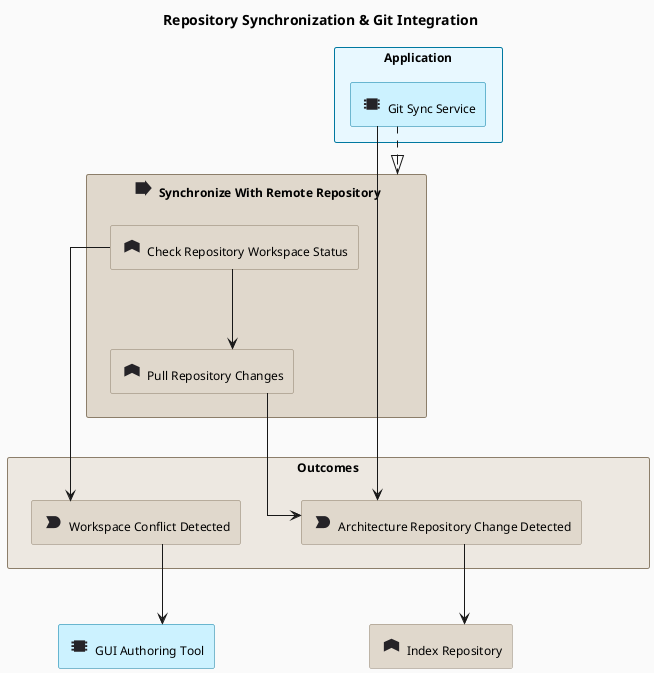
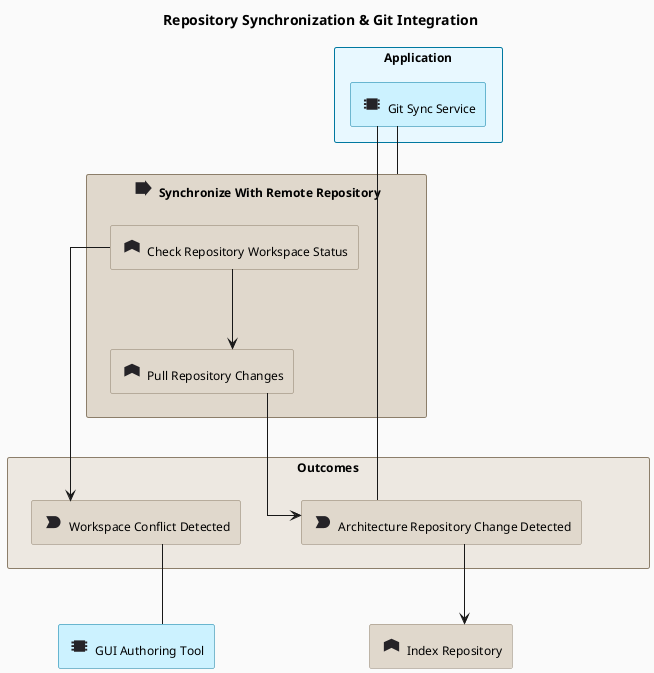
---
artifact-id: ARC@1777452513.IqjFWO.repository-synchronization-git-integration
artifact-type: diagram
name: Repository Synchronization & Git Integration
version: 0.1.0
status: draft
keywords:
- workflow
- git
- sync
- remote
- conflict
- filesystem-watch
diagram-type: archimate-application
entity-ids-used:
- APP@1776149382.lmO0mp.gui-authoring-tool
- APP@1777293134.tY3JIK.git-sync-service
- EVT@1777390507.UCrh3V.architecture-repository-change-detected
- EVT@1777409516.iqz9jG.workspace-conflict-detected
- FNC@1777409516.91ddSi.check-repository-workspace-status
- FNC@1777409516.DGBZ9H.pull-repository-changes
- FNC@1777390446.dxb6ru.index-repository
- PRC@1777409515.tEdRzw.synchronize-with-remote-repository
connection-ids-used:
- - APP@1777293134.tY3JIK.git-sync-service---PRC@1777409515.tEdRzw.synchronize-with-remote-repository@@archimate-realization
- - APP@1777293134.tY3JIK.git-sync-service---EVT@1777390507.UCrh3V.architecture-repository-change-detected@@archimate-triggering
+ - APP@1777293134.tY3JIK.git-sync-service---PRC@1777409515.tEdRzw.synchronize-with-remote-repository@@archimate-association
+ - APP@1777293134.tY3JIK.git-sync-service---EVT@1777390507.UCrh3V.architecture-repository-change-detected@@archimate-association
- FNC@1777409516.91ddSi.check-repository-workspace-status---FNC@1777409516.DGBZ9H.pull-repository-changes@@archimate-triggering
- FNC@1777409516.91ddSi.check-repository-workspace-status---EVT@1777409516.iqz9jG.workspace-conflict-detected@@archimate-triggering
- FNC@1777409516.DGBZ9H.pull-repository-changes---EVT@1777390507.UCrh3V.architecture-repository-change-detected@@archimate-triggering
- EVT@1777390507.UCrh3V.architecture-repository-change-detected---FNC@1777390446.dxb6ru.index-repository@@archimate-triggering
- - EVT@1777409516.iqz9jG.workspace-conflict-detected---APP@1776149382.lmO0mp.gui-authoring-tool@@archimate-triggering
+ - EVT@1777409516.iqz9jG.workspace-conflict-detected---APP@1776149382.lmO0mp.gui-authoring-tool@@archimate-association
last-updated: '2026-06-06'
---
@startuml ARC@1777452513.IqjFWO.repository-synchronization-git-integration
hide stereotype

skinparam defaultFontName "Helvetica Neue, Helvetica, Arial, sans-serif"
skinparam defaultFontSize 12
skinparam shadowing false
skinparam roundcorner 4
skinparam backgroundColor #FAFAFA

skinparam linetype ortho
skinparam nodesep 60
skinparam ranksep 80
!define Rel_Triggering(from, to, label) from --> to
!define Rel_Realization(from, to, label) from ..|> to
!define Rel_Realization_Up(from, to, label) from ..|> to
!define Rel_Serving(from, to, label) from --> to
!define Rel_Association(from, to, label) from -- to
!define Rel_Association_Left(from, to, label) from -- to
!define Rel_Association_Right(from, to, label) from -- to
!define Rel_Access(from, to, label) from ..> to
!define Rel_Influence(from, to, label) from ..> to
skinparam rectangle<<ApplicationGrouping>> {
  BackgroundColor #E8F8FF
  BorderColor #0078A0
}
skinparam rectangle<<CommonGrouping>> {
  BackgroundColor #EDE8E1
  BorderColor #8C7E6A
}
skinparam rectangle<<application_component>> {
  BackgroundColor #CCF2FF
  BorderColor #0078A0
}
skinparam rectangle<<event>> {
  BackgroundColor #E0D8CC
  BorderColor #8C7E6A
}
skinparam rectangle<<function>> {
  BackgroundColor #E0D8CC
  BorderColor #8C7E6A
}
skinparam rectangle<<process>> {
  BackgroundColor #E0D8CC
  BorderColor #8C7E6A
}
sprite $archimate_application_component <svg xmlns="http://www.w3.org/2000/svg" viewBox="0 0 16 16"><path d="M4 4.2h7.4v7.6H4z"  fill="#252327" stroke="none"/><path d="M2.30 4.95h1.70v1.30H2.30z" fill="#252327"/><path d="M2.30 7.35h1.70v1.30H2.30z" fill="#252327"/><path d="M2.30 9.75h1.70v1.30H2.30z" fill="#252327"/><path d="M11.40 4.95h1.40v1.30H11.40z" fill="#252327"/><path d="M11.40 7.35h1.40v1.30H11.40z" fill="#252327"/><path d="M11.40 9.75h1.40v1.30H11.40z" fill="#252327"/></svg>
sprite $archimate_event <svg xmlns="http://www.w3.org/2000/svg" viewBox="0 0 16 16"><path d="M3.1 4h5.6a3.8 3.8 0 0 1 0 8H3.1l2.1-4z"  fill="#252327" stroke="none"/></svg>
sprite $archimate_function <svg xmlns="http://www.w3.org/2000/svg" viewBox="0 0 16 16"><path d="M2.9 11.7V5.4L8 3.1l5.1 2.3v6.3L8 9.2z"  fill="#252327" stroke="none"/></svg>
sprite $archimate_process <svg xmlns="http://www.w3.org/2000/svg" viewBox="0 0 16 16"><path d="M2.6 4.1h6.3V2.8l4.5 5.2-4.5 5.2v-1.3H2.6z"  fill="#252327" stroke="none"/></svg>
top to bottom direction

title Repository Synchronization & Git Integration

rectangle "Application" <<ApplicationGrouping>> {
  rectangle "<$archimate_application_component{scale=1.5}> Git Sync Service" <<application_component>> as APP_tY3JIK
}

rectangle "<$archimate_process{scale=1.5}> Synchronize With Remote Repository" <<process>> as PRC_tEdRzw {
  rectangle "<$archimate_function{scale=1.5}> Check Repository Workspace Status" <<function>> as FNC_91ddSi
  rectangle "<$archimate_function{scale=1.5}> Pull Repository Changes" <<function>> as FNC_DGBZ9H
  FNC_91ddSi -[hidden]right- FNC_DGBZ9H
}

rectangle "Outcomes" <<CommonGrouping>> as GRP_EVTS {
  rectangle "<$archimate_event{scale=1.5}> Architecture Repository Change Detected" <<event>> as EVT_UCrh3V
  rectangle "<$archimate_event{scale=1.5}> Workspace Conflict Detected" <<event>> as EVT_iqz9jG
  EVT_UCrh3V -[hidden]right- EVT_iqz9jG
}

rectangle "<$archimate_function{scale=1.5}> Index Repository" <<function>> as FNC_dxb6ru

rectangle "<$archimate_application_component{scale=1.5}> GUI Authoring Tool" <<application_component>> as APP_lmO0mp

' Inter-layer anchors
APP_tY3JIK -[hidden]down- PRC_tEdRzw
PRC_tEdRzw -[hidden]down- GRP_EVTS
EVT_UCrh3V -[hidden]down- FNC_dxb6ru
EVT_iqz9jG -[hidden]down- APP_lmO0mp

- ' Realization: Git Sync Service implements the sync process
- Rel_Realization(APP_tY3JIK, PRC_tEdRzw, "")
+ ' Association: Git Sync Service performs the sync process
+ Rel_Association(APP_tY3JIK, PRC_tEdRzw, "")

' (a) Filesystem watch path: service detects local change directly
- Rel_Triggering(APP_tY3JIK, EVT_UCrh3V, "")
+ Rel_Association(APP_tY3JIK, EVT_UCrh3V, "")

' (b) Remote sync path: check status, then pull or raise conflict
Rel_Triggering(FNC_91ddSi, FNC_DGBZ9H, "")
Rel_Triggering(FNC_91ddSi, EVT_iqz9jG, "")
Rel_Triggering(FNC_DGBZ9H, EVT_UCrh3V, "")

' Downstream outcomes
Rel_Triggering(EVT_UCrh3V, FNC_dxb6ru, "")
- Rel_Triggering(EVT_iqz9jG, APP_lmO0mp, "")
+ Rel_Association(EVT_iqz9jG, APP_lmO0mp, "")

@enduml
